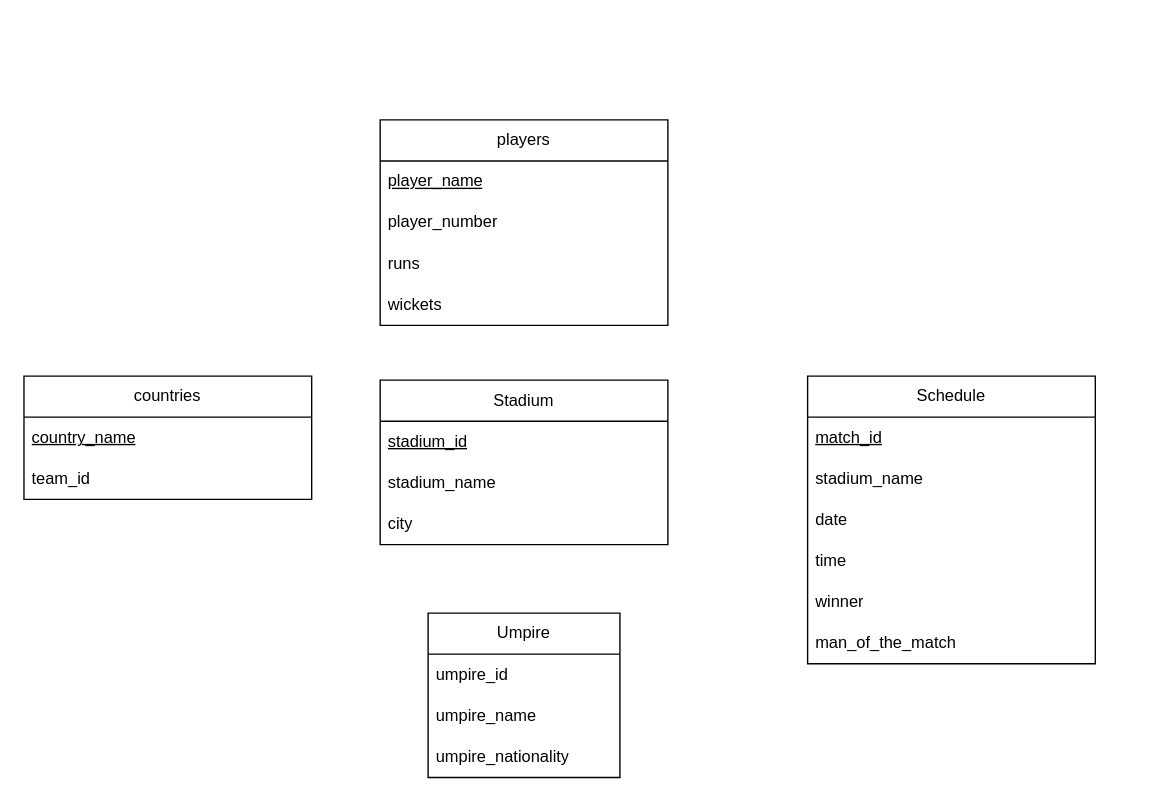
Earlier version of the draw.io diagram Project02.drawio (haris-hk/Database-ERD). Source tidied: cells renumbered, new cells numbered last; positions are measured from the earlier drawing's top-left corner, leaving out a move shared by most shapes. Both pictures are drawn from the tidied source at 137%, with x=0, y=0 at pixel (23, 119).
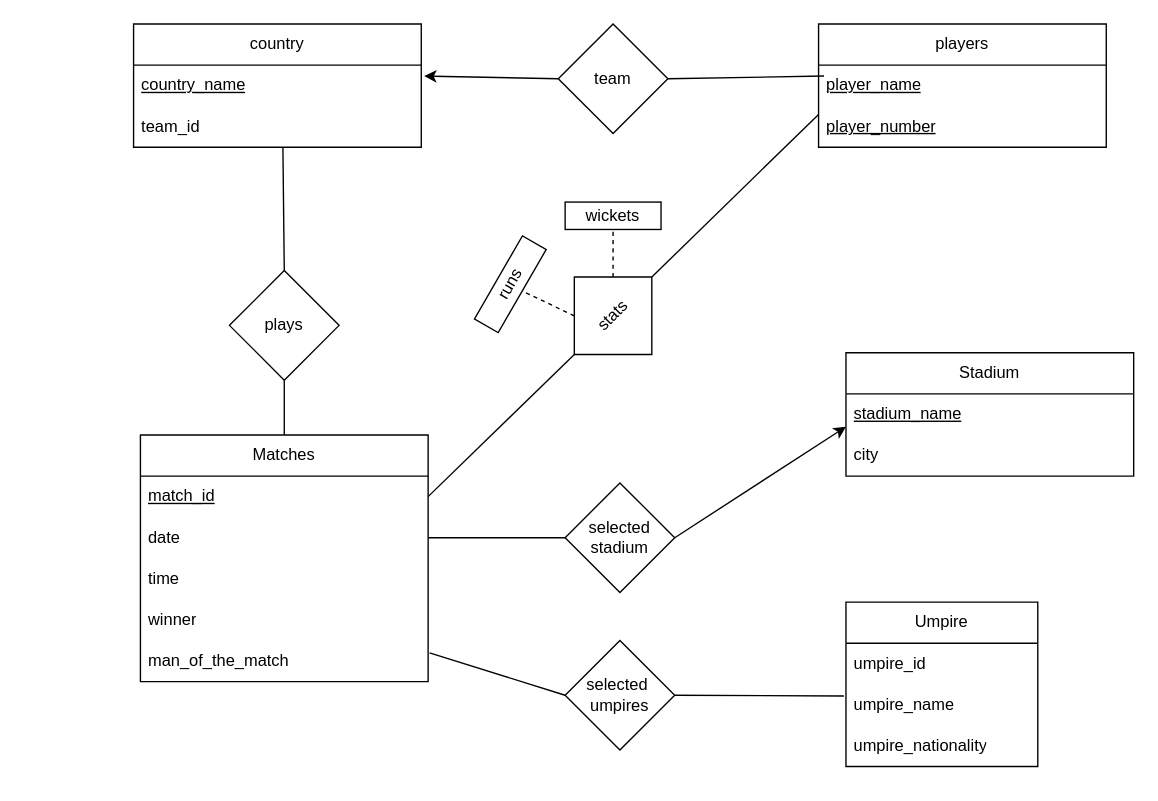
After the change.

The change refers to these unchanged cells:
```xml
<mxCell id="3" value="&lt;u&gt;country_name&lt;/u&gt;" style="text;strokeColor=none;fillColor=none;align=left;verticalAlign=middle;spacingLeft=4;spacingRight=4;overflow=hidden;points=[[0,0.5],[1,0.5]];portConstraint=eastwest;whiteSpace=wrap;html=1;" parent="2" vertex="1">
  <mxGeometry y="30" width="210" height="30" as="geometry" />
</mxCell>
<mxCell id="6" value="&lt;u&gt;match_id&lt;/u&gt;" style="text;strokeColor=none;fillColor=none;align=left;verticalAlign=middle;spacingLeft=4;spacingRight=4;overflow=hidden;points=[[0,0.5],[1,0.5]];portConstraint=eastwest;whiteSpace=wrap;html=1;" parent="5" vertex="1">
  <mxGeometry y="30" width="210" height="30" as="geometry" />
</mxCell>
<mxCell id="13" value="&lt;u&gt;player_name&lt;/u&gt;" style="text;strokeColor=none;fillColor=none;align=left;verticalAlign=middle;spacingLeft=4;spacingRight=4;overflow=hidden;points=[[0,0.5],[1,0.5]];portConstraint=eastwest;whiteSpace=wrap;html=1;" parent="12" vertex="1">
  <mxGeometry y="30" width="210" height="30" as="geometry" />
</mxCell>
<mxCell id="23" value="umpire_name" style="text;strokeColor=none;fillColor=none;align=left;verticalAlign=middle;spacingLeft=4;spacingRight=4;overflow=hidden;points=[[0,0.5],[1,0.5]];portConstraint=eastwest;whiteSpace=wrap;html=1;" parent="21" vertex="1">
  <mxGeometry y="60" width="140" height="30" as="geometry" />
</mxCell>
```

What changed in the source:
```diff
@@
-    <mxCell id="2" value="countries" style="swimlane;fontStyle=0;horizontal=1;startSize=30;whiteSpace=wrap;html=1;" parent="1" vertex="1">
-      <mxGeometry y="187" width="210" height="90" as="geometry" />
+    <mxCell id="2" value="country" style="swimlane;fontStyle=0;horizontal=1;startSize=30;whiteSpace=wrap;html=1;" parent="1" vertex="1">
+      <mxGeometry x="80" y="-70" width="210" height="90" as="geometry" />
     </mxCell>
@@
-    <mxCell id="5" value="Schedule" style="swimlane;fontStyle=0;horizontal=1;startSize=30;whiteSpace=wrap;html=1;" parent="1" vertex="1">
-      <mxGeometry x="572" y="187" width="210" height="210" as="geometry" />
+    <mxCell id="5" value="Matches" style="swimlane;fontStyle=0;horizontal=1;startSize=30;whiteSpace=wrap;html=1;" parent="1" vertex="1">
+      <mxGeometry x="85" y="230" width="210" height="180" as="geometry" />
     </mxCell>
@@
-    <mxCell id="7" value="stadium_name" style="text;strokeColor=none;fillColor=none;align=left;verticalAlign=middle;spacingLeft=4;spacingRight=4;overflow=hidden;whiteSpace=wrap;html=1;" parent="5" vertex="1">
-      <mxGeometry y="60" width="210" height="30" as="geometry" />
-    </mxCell>
     <mxCell id="8" value="date" style="text;strokeColor=none;fillColor=none;align=left;verticalAlign=middle;spacingLeft=4;spacingRight=4;overflow=hidden;whiteSpace=wrap;html=1;" parent="5" vertex="1">
-      <mxGeometry y="90" width="210" height="30" as="geometry" />
+      <mxGeometry y="60" width="210" height="30" as="geometry" />
     </mxCell>
     <mxCell id="9" value="time" style="text;strokeColor=none;fillColor=none;align=left;verticalAlign=middle;spacingLeft=4;spacingRight=4;overflow=hidden;whiteSpace=wrap;html=1;" parent="5" vertex="1">
-      <mxGeometry y="120" width="210" height="30" as="geometry" />
+      <mxGeometry y="90" width="210" height="30" as="geometry" />
     </mxCell>
     <mxCell id="10" value="winner" style="text;strokeColor=none;fillColor=none;align=left;verticalAlign=middle;spacingLeft=4;spacingRight=4;overflow=hidden;whiteSpace=wrap;html=1;" parent="5" vertex="1">
-      <mxGeometry y="150" width="210" height="30" as="geometry" />
+      <mxGeometry y="120" width="210" height="30" as="geometry" />
     </mxCell>
     <mxCell id="11" value="man_of_the_match" style="text;strokeColor=none;fillColor=none;align=left;verticalAlign=middle;spacingLeft=4;spacingRight=4;overflow=hidden;points=[[0,0.5],[1,0.5]];portConstraint=eastwest;whiteSpace=wrap;html=1;" parent="5" vertex="1">
-      <mxGeometry y="180" width="210" height="30" as="geometry" />
+      <mxGeometry y="150" width="210" height="30" as="geometry" />
     </mxCell>
     <mxCell id="12" value="players" style="swimlane;fontStyle=0;horizontal=1;startSize=30;whiteSpace=wrap;html=1;" parent="1" vertex="1">
-      <mxGeometry x="260" width="210" height="150" as="geometry" />
+      <mxGeometry x="580" y="-70" width="210" height="90" as="geometry" />
     </mxCell>
@@
-    <mxCell id="14" value="player_number" style="text;strokeColor=none;fillColor=none;align=left;verticalAlign=middle;spacingLeft=4;spacingRight=4;overflow=hidden;points=[[0,0.5],[1,0.5]];portConstraint=eastwest;whiteSpace=wrap;html=1;" parent="12" vertex="1">
+    <mxCell id="14" value="&lt;u&gt;player_number&lt;/u&gt;" style="text;strokeColor=none;fillColor=none;align=left;verticalAlign=middle;spacingLeft=4;spacingRight=4;overflow=hidden;points=[[0,0.5],[1,0.5]];portConstraint=eastwest;whiteSpace=wrap;html=1;" parent="12" vertex="1">
       <mxGeometry y="60" width="210" height="30" as="geometry" />
     </mxCell>
-    <mxCell id="15" value="runs" style="text;strokeColor=none;fillColor=none;align=left;verticalAlign=middle;spacingLeft=4;spacingRight=4;overflow=hidden;points=[[0,0.5],[1,0.5]];portConstraint=eastwest;whiteSpace=wrap;html=1;" parent="12" vertex="1">
-      <mxGeometry y="90" width="210" height="30" as="geometry" />
-    </mxCell>
-    <mxCell id="16" value="wickets" style="text;strokeColor=none;fillColor=none;align=left;verticalAlign=middle;spacingLeft=4;spacingRight=4;overflow=hidden;points=[[0,0.5],[1,0.5]];portConstraint=eastwest;whiteSpace=wrap;html=1;" parent="12" vertex="1">
-      <mxGeometry y="120" width="210" height="30" as="geometry" />
-    </mxCell>
     <mxCell id="17" value="Stadium" style="swimlane;fontStyle=0;horizontal=1;startSize=30;whiteSpace=wrap;html=1;" parent="1" vertex="1">
-      <mxGeometry x="260" y="190" width="210" height="120" as="geometry" />
+      <mxGeometry x="600" y="170" width="210" height="90" as="geometry" />
     </mxCell>
-    <mxCell id="18" value="&lt;u&gt;stadium_id&lt;/u&gt;" style="text;strokeColor=none;fillColor=none;align=left;verticalAlign=middle;spacingLeft=4;spacingRight=4;overflow=hidden;whiteSpace=wrap;html=1;" parent="17" vertex="1">
-      <mxGeometry y="30" width="210" height="30" as="geometry" />
-    </mxCell>
-    <mxCell id="19" value="stadium_name" style="text;strokeColor=none;fillColor=none;align=left;verticalAlign=middle;spacingLeft=4;spacingRight=4;overflow=hidden;whiteSpace=wrap;html=1;" parent="17" vertex="1">
-      <mxGeometry y="60" width="210" height="30" as="geometry" />
+    <mxCell id="19" value="&lt;u&gt;stadium_name&lt;/u&gt;" style="text;strokeColor=none;fillColor=none;align=left;verticalAlign=middle;spacingLeft=4;spacingRight=4;overflow=hidden;whiteSpace=wrap;html=1;" parent="17" vertex="1">
+      <mxGeometry y="30" width="210" height="30" as="geometry" />
     </mxCell>
     <mxCell id="20" value="city" style="text;strokeColor=none;fillColor=none;align=left;verticalAlign=middle;spacingLeft=4;spacingRight=4;overflow=hidden;whiteSpace=wrap;html=1;" parent="17" vertex="1">
-      <mxGeometry y="90" width="210" height="30" as="geometry" />
+      <mxGeometry y="60" width="210" height="30" as="geometry" />
     </mxCell>
     <mxCell id="21" value="Umpire" style="swimlane;fontStyle=0;horizontal=1;startSize=30;whiteSpace=wrap;html=1;" parent="1" vertex="1">
-      <mxGeometry x="295" y="360" width="140" height="120" as="geometry" />
+      <mxGeometry x="600" y="352" width="140" height="120" as="geometry" />
     </mxCell>
@@
+    <mxCell id="25" value="team" style="rhombus;whiteSpace=wrap;html=1;" parent="1" vertex="1">
+      <mxGeometry x="390" y="-70" width="80" height="80" as="geometry" />
+    </mxCell>
+    <mxCell id="26" style="edgeStyle=none;rounded=0;jettySize=auto;html=1;exitX=0.5;exitY=1;exitDx=0;exitDy=0;entryX=0.5;entryY=0;entryDx=0;entryDy=0;endArrow=none;endFill=0;" parent="1" edge="1" source="27" target="5">
+      <mxGeometry relative="1" as="geometry" />
+    </mxCell>
+    <mxCell id="27" value="plays" style="rhombus;whiteSpace=wrap;html=1;" parent="1" vertex="1">
+      <mxGeometry x="150" y="110" width="80" height="80" as="geometry" />
+    </mxCell>
+    <mxCell id="28" value="selected&amp;nbsp;&lt;div&gt;umpires&lt;/div&gt;" style="rhombus;whiteSpace=wrap;html=1;" parent="1" vertex="1">
+      <mxGeometry x="395" y="380" width="80" height="80" as="geometry" />
+    </mxCell>
+    <mxCell id="29" value="selected stadium" style="rhombus;whiteSpace=wrap;html=1;" parent="1" vertex="1">
+      <mxGeometry x="395" y="265" width="80" height="80" as="geometry" />
+    </mxCell>
+    <mxCell id="30" style="rounded=0;jettySize=auto;html=1;exitX=1;exitY=0;exitDx=0;exitDy=0;dashed=1;strokeWidth=1;endArrow=none;endFill=0;" parent="1" edge="1" source="16">
+      <mxGeometry relative="1" as="geometry">
+        <mxPoint x="430" y="80" as="targetPoint" />
+      </mxGeometry>
+    </mxCell>
+    <mxCell id="31" style="edgeStyle=none;rounded=0;jettySize=auto;html=1;exitX=0;exitY=0;exitDx=0;exitDy=0;endArrow=none;endFill=0;dashed=1;entryX=0.5;entryY=1;entryDx=0;entryDy=0;" parent="1" edge="1" source="33" target="15">
+      <mxGeometry relative="1" as="geometry" />
+    </mxCell>
+    <mxCell id="32" style="edgeStyle=none;rounded=0;jettySize=auto;html=1;exitX=0;exitY=0.5;exitDx=0;exitDy=0;entryX=1;entryY=0.5;entryDx=0;entryDy=0;endArrow=none;endFill=0;" parent="1" edge="1" source="33" target="6">
+      <mxGeometry relative="1" as="geometry" />
+    </mxCell>
+    <mxCell id="33" value="stats" style="rhombus;whiteSpace=wrap;html=1;rotation=-45;" parent="1" vertex="1">
+      <mxGeometry x="390" y="103" width="80" height="80" as="geometry" />
+    </mxCell>
+    <mxCell id="34" style="rounded=0;jettySize=auto;html=1;exitX=1;exitY=0;exitDx=0;exitDy=0;dashed=1;strokeWidth=1;endArrow=none;endFill=0;" parent="1" edge="1" source="33" target="16">
+      <mxGeometry relative="1" as="geometry" />
+    </mxCell>
+    <mxCell id="16" value="wickets" style="rounded=0;whiteSpace=wrap;html=1;" parent="1" vertex="1">
+      <mxGeometry x="395" y="60" width="70" height="20" as="geometry" />
+    </mxCell>
+    <mxCell id="15" value="runs" style="rounded=0;whiteSpace=wrap;html=1;rotation=-60;" parent="1" vertex="1">
+      <mxGeometry x="320" y="110" width="70" height="20" as="geometry" />
+    </mxCell>
+    <mxCell id="35" style="edgeStyle=none;rounded=0;jettySize=auto;html=1;exitX=1;exitY=0.5;exitDx=0;exitDy=0;entryX=0;entryY=0.2;entryDx=0;entryDy=0;entryPerimeter=0;endArrow=none;endFill=0;" parent="1" edge="1" source="33" target="14">
+      <mxGeometry relative="1" as="geometry" />
+    </mxCell>
+    <mxCell id="36" style="edgeStyle=none;rounded=0;jettySize=auto;html=1;exitX=1;exitY=0.5;exitDx=0;exitDy=0;entryX=0.019;entryY=0.267;entryDx=0;entryDy=0;entryPerimeter=0;endArrow=none;endFill=0;" parent="1" edge="1" source="25" target="13">
+      <mxGeometry relative="1" as="geometry" />
+    </mxCell>
+    <mxCell id="37" style="edgeStyle=none;rounded=0;jettySize=auto;html=1;exitX=0;exitY=0.5;exitDx=0;exitDy=0;entryX=1.01;entryY=0.267;entryDx=0;entryDy=0;entryPerimeter=0;" parent="1" edge="1" source="25" target="3">
+      <mxGeometry relative="1" as="geometry" />
+    </mxCell>
+    <mxCell id="38" style="edgeStyle=none;rounded=0;jettySize=auto;html=1;exitX=1;exitY=0.5;exitDx=0;exitDy=0;entryX=0;entryY=0.5;entryDx=0;entryDy=0;endArrow=none;endFill=0;" parent="1" edge="1" target="29">
+      <mxGeometry relative="1" as="geometry">
+        <mxPoint x="295" y="305" as="sourcePoint" />
+      </mxGeometry>
+    </mxCell>
+    <mxCell id="39" style="edgeStyle=none;rounded=0;jettySize=auto;html=1;exitX=1;exitY=0.5;exitDx=0;exitDy=0;entryX=0;entryY=0.8;entryDx=0;entryDy=0;entryPerimeter=0;" parent="1" edge="1" source="29">
+      <mxGeometry relative="1" as="geometry">
+        <mxPoint x="600" y="224" as="targetPoint" />
+      </mxGeometry>
+    </mxCell>
+    <mxCell id="40" style="edgeStyle=none;rounded=0;jettySize=auto;html=1;exitX=0;exitY=0.5;exitDx=0;exitDy=0;entryX=1.005;entryY=0.3;entryDx=0;entryDy=0;entryPerimeter=0;endArrow=none;endFill=0;" parent="1" edge="1" source="28" target="11">
+      <mxGeometry relative="1" as="geometry" />
+    </mxCell>
+    <mxCell id="41" style="edgeStyle=none;rounded=0;jettySize=auto;html=1;exitX=1;exitY=0.5;exitDx=0;exitDy=0;entryX=-0.011;entryY=0.283;entryDx=0;entryDy=0;entryPerimeter=0;endArrow=none;endFill=0;" parent="1" edge="1" source="28" target="23">
+      <mxGeometry relative="1" as="geometry" />
+    </mxCell>
+    <mxCell id="42" style="edgeStyle=none;rounded=0;jettySize=auto;html=1;exitX=0.5;exitY=0;exitDx=0;exitDy=0;endArrow=none;endFill=0;" parent="1" edge="1" source="27">
+      <mxGeometry relative="1" as="geometry">
+        <mxPoint x="189" y="20" as="targetPoint" />
+      </mxGeometry>
+    </mxCell>
```
